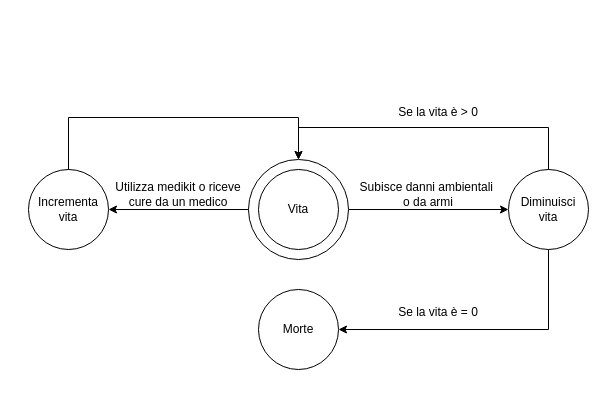
This is page "Vita" (1 of 5) of D2 - Pratica/EpicodeD2P.drawio from fatsciock/Epicode, a draw.io file, before an edit. Source tidied: cells renumbered, new cells numbered last; positions are measured from the earlier drawing's top-left corner, leaving out a move shared by most shapes. Both pictures are drawn from the tidied source at 100%, with x=0, y=0 at pixel (28, 97).
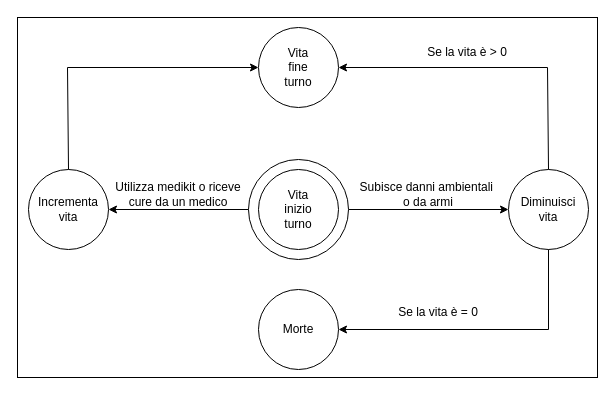
Above is the later version.

The change refers to these unchanged cells:
```xml
<mxCell id="2" value="Diminuisci&lt;div&gt;vita&lt;/div&gt;" style="ellipse;whiteSpace=wrap;html=1;" parent="1" vertex="1">
  <mxGeometry x="480" y="72" width="80" height="80" as="geometry" />
</mxCell>
<mxCell id="4" style="group;" parent="1" vertex="1">
  <mxGeometry x="220" y="62" width="100" height="100" as="geometry" />
</mxCell>
<mxCell id="5" style="ellipse;whiteSpace=wrap;html=1;" parent="4" vertex="1">
  <mxGeometry width="100" height="100" as="geometry" />
</mxCell>
<mxCell id="12" value="Incrementa&lt;div&gt;vita&lt;/div&gt;" style="ellipse;whiteSpace=wrap;html=1;" parent="1" vertex="1">
  <mxGeometry y="72" width="80" height="80" as="geometry" />
</mxCell>
```

Change to the diagram source:
```diff
@@
+    <mxCell id="17" style="rounded=0;whiteSpace=wrap;html=1;fillColor=none;" parent="1" vertex="1">
+      <mxGeometry x="-11" y="-80" width="580" height="360" as="geometry" />
+    </mxCell>
@@
-    <mxCell id="6" value="Vita" style="ellipse;whiteSpace=wrap;html=1;" parent="4" vertex="1">
+    <mxCell id="6" value="Vita&lt;div&gt;inizio&lt;/div&gt;&lt;div&gt;turno&lt;/div&gt;" style="ellipse;whiteSpace=wrap;html=1;" parent="4" vertex="1">
       <mxGeometry x="10" y="10" width="80" height="80" as="geometry" />
     </mxCell>
@@
-    <mxCell id="10" style="endArrow=classic;html=1;rounded=0;exitX=0.5;exitY=0;exitDx=0;exitDy=0;entryX=0.5;entryY=0;entryDx=0;entryDy=0;" parent="1" edge="1" source="2" target="5">
+    <mxCell id="10" style="endArrow=classic;html=1;rounded=0;exitX=0.5;exitY=0;exitDx=0;exitDy=0;entryX=1;entryY=0.5;entryDx=0;entryDy=0;" parent="1" edge="1" source="2" target="18">
       <mxGeometry relative="1" as="geometry">
         <Array as="points">
-          <mxPoint x="520" y="30" />
-          <mxPoint x="270" y="30" />
+          <mxPoint x="519" y="-30" />
         </Array>
       </mxGeometry>
     </mxCell>
     <mxCell id="11" value="Se la vita è &amp;gt; 0" style="text;html=1;align=center;verticalAlign=middle;whiteSpace=wrap;rounded=0;" parent="1" vertex="1">
-      <mxGeometry x="360" width="100" height="30" as="geometry" />
+      <mxGeometry x="389" y="-60" width="100" height="30" as="geometry" />
     </mxCell>
@@
-    <mxCell id="16" style="endArrow=classic;html=1;rounded=0;exitX=0.5;exitY=0;exitDx=0;exitDy=0;entryX=0.5;entryY=0;entryDx=0;entryDy=0;" parent="1" edge="1" source="12" target="5">
+    <mxCell id="16" style="endArrow=classic;html=1;rounded=0;exitX=0.5;exitY=0;exitDx=0;exitDy=0;entryX=0;entryY=0.5;entryDx=0;entryDy=0;" parent="1" edge="1" source="12" target="18">
       <mxGeometry relative="1" as="geometry">
         <Array as="points">
-          <mxPoint x="40" y="20" />
-          <mxPoint x="270" y="20" />
+          <mxPoint x="39" y="-30" />
         </Array>
       </mxGeometry>
     </mxCell>
+    <mxCell id="18" value="Vita&lt;div&gt;fine&lt;/div&gt;&lt;div&gt;turno&lt;/div&gt;" style="ellipse;whiteSpace=wrap;html=1;" parent="1" vertex="1">
+      <mxGeometry x="230" y="-70" width="80" height="80" as="geometry" />
+    </mxCell>
```
